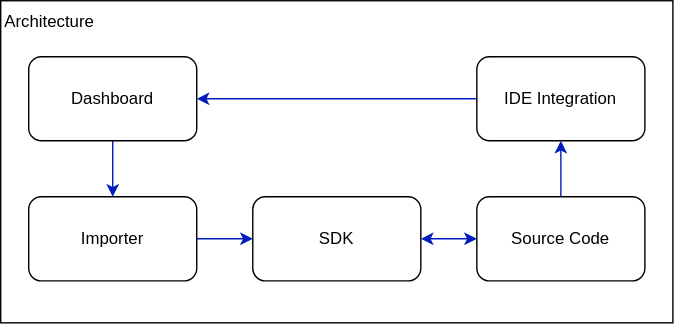
opral/monorepo keeps this draw.io diagram as docs-website/static/img/architecture.svg. Above is the earlier version. Source tidied: cells renumbered, new cells last; positions are measured from the earlier drawing's top-left corner, leaving out a move shared by most shapes. Its diagram source:
```xml
<mxGraphModel>
  <root>
    <mxCell id="0" />
    <mxCell id="1" parent="0" />
    <mxCell id="2" style="rounded=0;whiteSpace=wrap;html=1;" parent="1" vertex="1">
      <mxGeometry width="480" height="230" as="geometry" />
    </mxCell>
    <mxCell id="3" style="edgeStyle=orthogonalEdgeStyle;rounded=0;jettySize=auto;html=1;fillColor=#0050ef;strokeColor=#001DBC;" parent="1" edge="1" source="4" target="8">
      <mxGeometry relative="1" as="geometry" />
    </mxCell>
    <mxCell id="4" value="&lt;a href=&quot;https://docs.inlang.dev/overview/dashboard&quot;&gt;Dashboard&lt;/a&gt;" style="rounded=1;whiteSpace=wrap;html=1;" parent="1" vertex="1">
      <mxGeometry x="20" y="40" width="120" height="60" as="geometry" />
    </mxCell>
    <mxCell id="5" style="edgeStyle=orthogonalEdgeStyle;rounded=0;jettySize=auto;html=1;exitX=0;exitY=0.5;exitDx=0;exitDy=0;entryX=1;entryY=0.5;entryDx=0;entryDy=0;startArrow=none;startFill=0;fillColor=#0050ef;strokeColor=#001DBC;labelBorderColor=none;" parent="1" edge="1" source="6" target="4">
      <mxGeometry relative="1" as="geometry" />
    </mxCell>
    <mxCell id="6" value="&lt;a href=&quot;https://docs.inlang.dev/overview/ide-integration&quot;&gt;IDE Integration&lt;/a&gt;" style="rounded=1;whiteSpace=wrap;html=1;" parent="1" vertex="1">
      <mxGeometry x="340" y="40" width="120" height="60" as="geometry" />
    </mxCell>
    <mxCell id="7" style="edgeStyle=orthogonalEdgeStyle;rounded=0;jettySize=auto;html=1;fillColor=#0050ef;strokeColor=#001DBC;" parent="1" edge="1" source="8" target="10">
      <mxGeometry relative="1" as="geometry" />
    </mxCell>
    <mxCell id="8" value="Importer" style="rounded=1;whiteSpace=wrap;html=1;" parent="1" vertex="1">
      <mxGeometry x="20" y="140" width="120" height="60" as="geometry" />
    </mxCell>
    <mxCell id="9" style="edgeStyle=orthogonalEdgeStyle;rounded=0;jettySize=auto;html=1;startArrow=classic;startFill=1;fillColor=#0050ef;strokeColor=#001DBC;" parent="1" edge="1" source="10" target="12">
      <mxGeometry relative="1" as="geometry">
        <Array as="points">
          <mxPoint x="320" y="170" />
          <mxPoint x="320" y="170" />
        </Array>
      </mxGeometry>
    </mxCell>
    <mxCell id="10" value="&lt;a href=&quot;https://docs.inlang.dev/overview/sdk&quot;&gt;SDK&lt;/a&gt;" style="rounded=1;whiteSpace=wrap;html=1;" parent="1" vertex="1">
      <mxGeometry x="180" y="140" width="120" height="60" as="geometry" />
    </mxCell>
    <mxCell id="11" style="edgeStyle=orthogonalEdgeStyle;rounded=0;jettySize=auto;html=1;startArrow=none;startFill=0;fillColor=#0050ef;strokeColor=#001DBC;" parent="1" edge="1" source="12" target="6">
      <mxGeometry relative="1" as="geometry" />
    </mxCell>
    <mxCell id="12" value="Source Code" style="rounded=1;whiteSpace=wrap;html=1;" parent="1" vertex="1">
      <mxGeometry x="340" y="140" width="120" height="60" as="geometry" />
    </mxCell>
    <mxCell id="13" value="&lt;font color=&quot;#000000&quot;&gt;Architecture&lt;/font&gt;" style="text;html=1;strokeColor=none;fillColor=none;align=center;verticalAlign=middle;whiteSpace=wrap;rounded=0;fontColor=#001DBC;" parent="1" vertex="1">
      <mxGeometry width="70" height="30" as="geometry" />
    </mxCell>
  </root>
</mxGraphModel>
```
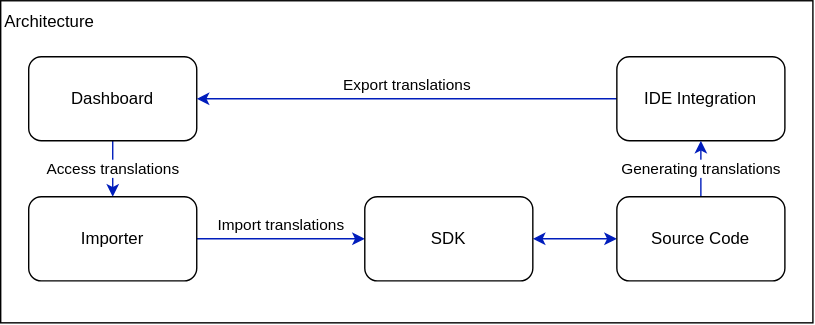
Later version of the same file.

Commit message:
Simplify architecture even further

The edit, as a diff of the source:
```diff
@@ -3,9 +3,9 @@
     <mxCell id="0" />
     <mxCell id="1" parent="0" />
     <mxCell id="2" style="rounded=0;whiteSpace=wrap;html=1;" parent="1" vertex="1">
-      <mxGeometry width="480" height="230" as="geometry" />
+      <mxGeometry width="580" height="230" as="geometry" />
     </mxCell>
-    <mxCell id="3" style="edgeStyle=orthogonalEdgeStyle;rounded=0;jettySize=auto;html=1;fillColor=#0050ef;strokeColor=#001DBC;" parent="1" edge="1" source="4" target="8">
+    <mxCell id="3" value="Access translations" style="edgeStyle=orthogonalEdgeStyle;rounded=0;jettySize=auto;html=1;fillColor=#0050ef;strokeColor=#001DBC;" parent="1" edge="1" source="4" target="8">
       <mxGeometry relative="1" as="geometry" />
     </mxCell>
     <mxCell id="4" value="&lt;a href=&quot;https://docs.inlang.dev/overview/dashboard&quot;&gt;Dashboard&lt;/a&gt;" style="rounded=1;whiteSpace=wrap;html=1;" parent="1" vertex="1">
@@ -14,31 +14,36 @@
     <mxCell id="5" style="edgeStyle=orthogonalEdgeStyle;rounded=0;jettySize=auto;html=1;exitX=0;exitY=0.5;exitDx=0;exitDy=0;entryX=1;entryY=0.5;entryDx=0;entryDy=0;startArrow=none;startFill=0;fillColor=#0050ef;strokeColor=#001DBC;labelBorderColor=none;" parent="1" edge="1" source="6" target="4">
       <mxGeometry relative="1" as="geometry" />
     </mxCell>
+    <mxCell id="14" value="Export translations" style="edgeLabel;html=1;align=center;verticalAlign=middle;fontColor=#000000;" parent="5" vertex="1">
+      <mxGeometry x="0.17" relative="1" as="geometry">
+        <mxPoint x="25" y="-10" as="offset" />
+      </mxGeometry>
+    </mxCell>
     <mxCell id="6" value="&lt;a href=&quot;https://docs.inlang.dev/overview/ide-integration&quot;&gt;IDE Integration&lt;/a&gt;" style="rounded=1;whiteSpace=wrap;html=1;" parent="1" vertex="1">
-      <mxGeometry x="340" y="40" width="120" height="60" as="geometry" />
+      <mxGeometry x="440" y="40" width="120" height="60" as="geometry" />
     </mxCell>
-    <mxCell id="7" style="edgeStyle=orthogonalEdgeStyle;rounded=0;jettySize=auto;html=1;fillColor=#0050ef;strokeColor=#001DBC;" parent="1" edge="1" source="8" target="10">
-      <mxGeometry relative="1" as="geometry" />
+    <mxCell id="7" value="Import translations" style="edgeStyle=orthogonalEdgeStyle;rounded=0;jettySize=auto;html=1;fillColor=#0050ef;strokeColor=#001DBC;" parent="1" edge="1" source="8" target="10">
+      <mxGeometry y="10" relative="1" as="geometry" />
     </mxCell>
     <mxCell id="8" value="Importer" style="rounded=1;whiteSpace=wrap;html=1;" parent="1" vertex="1">
       <mxGeometry x="20" y="140" width="120" height="60" as="geometry" />
     </mxCell>
-    <mxCell id="9" style="edgeStyle=orthogonalEdgeStyle;rounded=0;jettySize=auto;html=1;startArrow=classic;startFill=1;fillColor=#0050ef;strokeColor=#001DBC;" parent="1" edge="1" source="10" target="12">
+    <mxCell id="9" style="edgeStyle=orthogonalEdgeStyle;jettySize=auto;html=1;startArrow=classic;startFill=1;fillColor=#0050ef;strokeColor=#001DBC;rounded=1;" parent="1" edge="1" source="10" target="12">
       <mxGeometry relative="1" as="geometry">
         <Array as="points">
-          <mxPoint x="320" y="170" />
-          <mxPoint x="320" y="170" />
+          <mxPoint x="410" y="170" />
+          <mxPoint x="410" y="170" />
         </Array>
       </mxGeometry>
     </mxCell>
     <mxCell id="10" value="&lt;a href=&quot;https://docs.inlang.dev/overview/sdk&quot;&gt;SDK&lt;/a&gt;" style="rounded=1;whiteSpace=wrap;html=1;" parent="1" vertex="1">
-      <mxGeometry x="180" y="140" width="120" height="60" as="geometry" />
+      <mxGeometry x="260" y="140" width="120" height="60" as="geometry" />
     </mxCell>
-    <mxCell id="11" style="edgeStyle=orthogonalEdgeStyle;rounded=0;jettySize=auto;html=1;startArrow=none;startFill=0;fillColor=#0050ef;strokeColor=#001DBC;" parent="1" edge="1" source="12" target="6">
+    <mxCell id="11" value="Generating translations" style="edgeStyle=orthogonalEdgeStyle;rounded=0;jettySize=auto;html=1;startArrow=none;startFill=0;fillColor=#0050ef;strokeColor=#001DBC;" parent="1" edge="1" source="12" target="6">
       <mxGeometry relative="1" as="geometry" />
     </mxCell>
     <mxCell id="12" value="Source Code" style="rounded=1;whiteSpace=wrap;html=1;" parent="1" vertex="1">
-      <mxGeometry x="340" y="140" width="120" height="60" as="geometry" />
+      <mxGeometry x="440" y="140" width="120" height="60" as="geometry" />
     </mxCell>
     <mxCell id="13" value="&lt;font color=&quot;#000000&quot;&gt;Architecture&lt;/font&gt;" style="text;html=1;strokeColor=none;fillColor=none;align=center;verticalAlign=middle;whiteSpace=wrap;rounded=0;fontColor=#001DBC;" parent="1" vertex="1">
       <mxGeometry width="70" height="30" as="geometry" />
```
